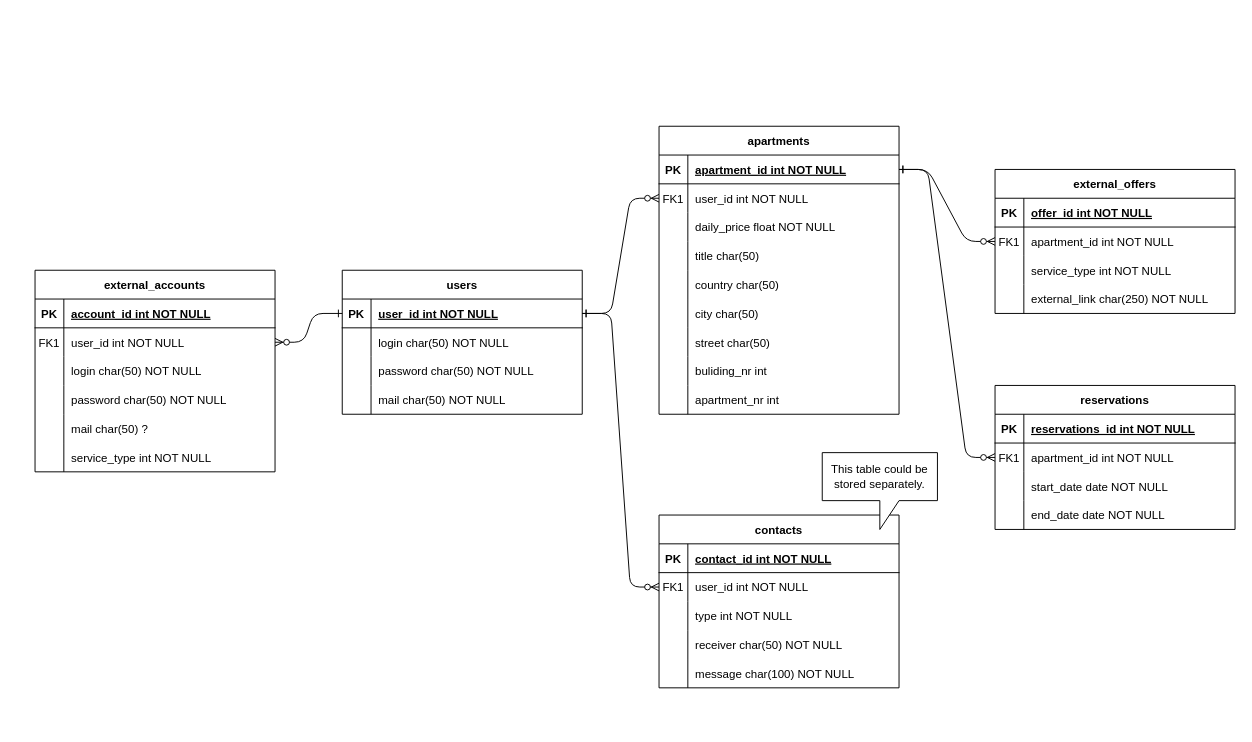
Inzynierka2k24/inzynierka keeps this draw.io diagram as diagrams/database/ApartDb.drawio. Above is the earlier version. Source tidied: cells renumbered, new cells numbered last; positions are measured from the earlier drawing's top-left corner, leaving out a move shared by most shapes. Both pictures are drawn from the tidied source at 96%, with x=0, y=0 at pixel (35, -4).
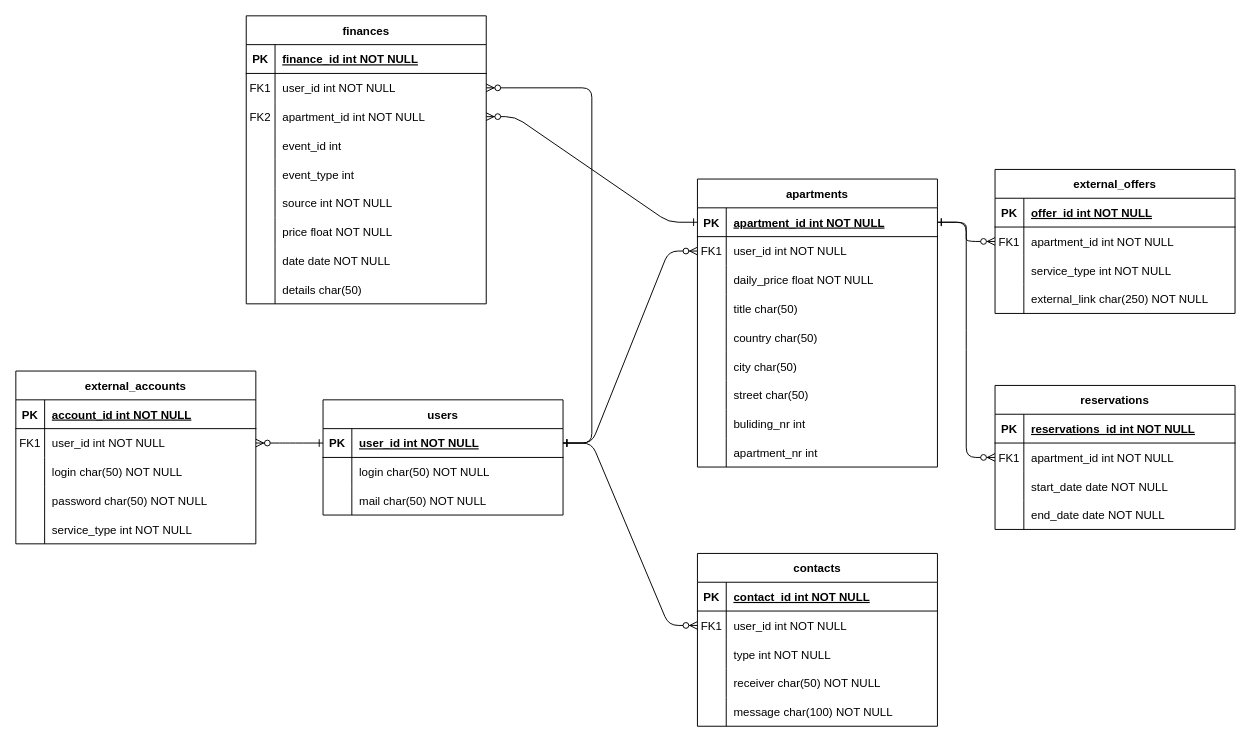
Above is the later version.

Commit message (it also covers changes not shown here):
Updated ApartDb diagram

Unchanged cells that the change refers to:
```xml
<mxCell id="21" style="shape=partialRectangle;fillColor=none;points=[[0,0.5],[1,0.5]];portConstraint=eastwest;top=0;left=0;right=0;bottom=1;" parent="20" vertex="1">
  <mxGeometry y="30" width="250" height="30" as="geometry" />
</mxCell>
<mxCell id="62" style="shape=partialRectangle;fillColor=none;points=[[0,0.5],[1,0.5]];portConstraint=eastwest;top=0;left=0;right=0;bottom=1;" parent="61" vertex="1">
  <mxGeometry y="30" width="250" height="30" as="geometry" />
</mxCell>
<mxCell id="78" style="shape=partialRectangle;fillColor=none;points=[[0,0.5],[1,0.5]];portConstraint=eastwest;top=0;left=0;right=0;bottom=0;" parent="74" vertex="1">
  <mxGeometry y="60" width="250" height="30" as="geometry" />
</mxCell>
```

Change to the diagram source:
```diff
@@
     <mxCell id="2" value="contacts" style="shape=table;startSize=30;childLayout=tableLayout;rowLines=0;fontStyle=1;align=center;" parent="1" vertex="1">
-      <mxGeometry x="650" y="540" width="250" height="180" as="geometry" />
+      <mxGeometry x="690" y="580" width="250" height="180" as="geometry" />
     </mxCell>
@@
     <mxCell id="20" value="apartments" style="shape=table;startSize=30;childLayout=tableLayout;rowLines=0;fontStyle=1;align=center;" parent="1" vertex="1">
-      <mxGeometry x="650" y="135" width="250" height="300" as="geometry" />
+      <mxGeometry x="690" y="190" width="250" height="300" as="geometry" />
     </mxCell>
@@
     <mxCell id="61" value="users" style="shape=table;startSize=30;childLayout=tableLayout;rowLines=0;fontStyle=1;align=center;" parent="1" vertex="1">
-      <mxGeometry x="320" y="285" width="250" height="150" as="geometry" />
+      <mxGeometry x="300" y="420" width="250" height="120" as="geometry" />
     </mxCell>
@@
-    <mxCell id="68" style="shape=partialRectangle;fillColor=none;points=[[0,0.5],[1,0.5]];portConstraint=eastwest;top=0;left=0;right=0;bottom=0;" parent="61" vertex="1">
-      <mxGeometry y="90" width="250" height="30" as="geometry" />
-    </mxCell>
-    <mxCell id="69" style="shape=partialRectangle;overflow=hidden;fillColor=none;top=0;left=0;bottom=0;right=0;" parent="68" vertex="1">
-      <mxGeometry width="30" height="30" as="geometry" />
-    </mxCell>
-    <mxCell id="70" value="password char(50) NOT NULL" style="shape=partialRectangle;overflow=hidden;fillColor=none;top=0;left=0;bottom=0;right=0;align=left;spacingLeft=6;" parent="68" vertex="1">
-      <mxGeometry x="30" width="220" height="30" as="geometry" />
-    </mxCell>
     <mxCell id="71" style="shape=partialRectangle;fillColor=none;top=0;left=0;right=0;bottom=0;" parent="61" vertex="1">
-      <mxGeometry y="120" width="250" height="30" as="geometry" />
+      <mxGeometry y="90" width="250" height="30" as="geometry" />
     </mxCell>
@@
     <mxCell id="74" value="external_accounts" style="shape=table;startSize=30;childLayout=tableLayout;rowLines=0;fontStyle=1;align=center;" parent="1" vertex="1">
-      <mxGeometry y="285" width="250" height="210" as="geometry" />
+      <mxGeometry x="-20" y="390" width="250" height="180" as="geometry" />
     </mxCell>
@@
-    <mxCell id="79" style="shape=partialRectangle;overflow=hidden;fillColor=none;top=0;left=0;bottom=0;right=0;" parent="78" vertex="1">
+    <mxCell id="79" value="FK1" style="shape=partialRectangle;overflow=hidden;fillColor=none;top=0;left=0;bottom=0;right=0;" parent="78" vertex="1">
       <mxGeometry width="30" height="30" as="geometry" />
     </mxCell>
@@
-    <mxCell id="87" style="shape=partialRectangle;fillColor=none;top=0;left=0;right=0;bottom=0;" parent="74" vertex="1">
-      <mxGeometry y="150" width="250" height="30" as="geometry" />
-    </mxCell>
-    <mxCell id="88" style="shape=partialRectangle;overflow=hidden;fillColor=none;top=0;left=0;bottom=0;right=0;" parent="87" vertex="1">
-      <mxGeometry width="30" height="30" as="geometry" />
-    </mxCell>
-    <mxCell id="89" value="mail char(50) ?" style="shape=partialRectangle;overflow=hidden;fillColor=none;top=0;left=0;bottom=0;right=0;align=left;spacingLeft=6;" parent="87" vertex="1">
-      <mxGeometry x="30" width="220" height="30" as="geometry" />
-    </mxCell>
     <mxCell id="90" style="shape=partialRectangle;fillColor=none;top=0;left=0;right=0;bottom=0;" parent="74" vertex="1">
-      <mxGeometry y="180" width="250" height="30" as="geometry" />
+      <mxGeometry y="150" width="250" height="30" as="geometry" />
     </mxCell>
@@
-    <mxCell id="93" value="FK1" style="shape=partialRectangle;overflow=hidden;fillColor=none;top=0;left=0;bottom=0;right=0;" parent="1" vertex="1">
-      <mxGeometry y="345" width="30" height="30" as="geometry" />
-    </mxCell>
@@
-    <mxCell id="110" value="This table could be stored separately." style="shape=callout;whiteSpace=wrap;html=1;perimeter=calloutPerimeter;" parent="1" vertex="1">
-      <mxGeometry x="820" y="475" width="120" height="80" as="geometry" />
-    </mxCell>
+    <mxCell id="111" value="finances" style="shape=table;startSize=30;childLayout=tableLayout;rowLines=0;fontStyle=1;align=center;" parent="1" vertex="1">
+      <mxGeometry x="220" y="20" width="250" height="300" as="geometry" />
+    </mxCell>
+    <mxCell id="112" style="shape=partialRectangle;fillColor=none;top=0;left=0;right=0;bottom=1;" parent="111" vertex="1">
+      <mxGeometry y="30" width="250" height="30" as="geometry" />
+    </mxCell>
+    <mxCell id="113" value="PK" style="shape=partialRectangle;overflow=hidden;fillColor=none;top=0;left=0;bottom=0;right=0;fontStyle=1;" parent="112" vertex="1">
+      <mxGeometry width="30" height="30" as="geometry" />
+    </mxCell>
+    <mxCell id="114" value="finance_id int NOT NULL " style="shape=partialRectangle;overflow=hidden;fillColor=none;top=0;left=0;bottom=0;right=0;align=left;spacingLeft=6;fontStyle=5;" parent="112" vertex="1">
+      <mxGeometry x="30" width="220" height="30" as="geometry" />
+    </mxCell>
+    <mxCell id="115" style="shape=partialRectangle;fillColor=none;points=[[0,0.5],[1,0.5]];portConstraint=eastwest;top=0;left=0;right=0;bottom=0;" parent="111" vertex="1">
+      <mxGeometry y="60" width="250" height="30" as="geometry" />
+    </mxCell>
+    <mxCell id="93" value="FK1" style="shape=partialRectangle;overflow=hidden;fillColor=none;top=0;left=0;bottom=0;right=0;" parent="115" vertex="1">
+      <mxGeometry width="30" height="30" as="geometry" />
+    </mxCell>
+    <mxCell id="116" value="user_id int NOT NULL" style="shape=partialRectangle;overflow=hidden;fillColor=none;top=0;left=0;bottom=0;right=0;align=left;spacingLeft=6;" parent="115" vertex="1">
+      <mxGeometry x="30" width="220" height="30" as="geometry" />
+    </mxCell>
+    <mxCell id="68" style="shape=partialRectangle;fillColor=none;points=[[0,0.5],[1,0.5]];portConstraint=eastwest;top=0;left=0;right=0;bottom=0;" parent="111" vertex="1">
+      <mxGeometry y="90" width="250" height="30" as="geometry" />
+    </mxCell>
+    <mxCell id="117" value="FK2" style="shape=partialRectangle;overflow=hidden;fillColor=none;top=0;left=0;bottom=0;right=0;" parent="68" vertex="1">
+      <mxGeometry width="30" height="30" as="geometry" />
+    </mxCell>
+    <mxCell id="118" value="apartment_id int NOT NULL" style="shape=partialRectangle;overflow=hidden;fillColor=none;top=0;left=0;bottom=0;right=0;align=left;spacingLeft=6;" parent="68" vertex="1">
+      <mxGeometry x="30" width="220" height="30" as="geometry" />
+    </mxCell>
+    <mxCell id="119" style="shape=partialRectangle;fillColor=none;top=0;left=0;right=0;bottom=0;" parent="111" vertex="1">
+      <mxGeometry y="120" width="250" height="30" as="geometry" />
+    </mxCell>
+    <mxCell id="120" style="shape=partialRectangle;overflow=hidden;fillColor=none;top=0;left=0;bottom=0;right=0;" parent="119" vertex="1">
+      <mxGeometry width="30" height="30" as="geometry" />
+    </mxCell>
+    <mxCell id="121" value="event_id int" style="shape=partialRectangle;overflow=hidden;fillColor=none;top=0;left=0;bottom=0;right=0;align=left;spacingLeft=6;" parent="119" vertex="1">
+      <mxGeometry x="30" width="220" height="30" as="geometry" />
+    </mxCell>
+    <mxCell id="87" style="shape=partialRectangle;fillColor=none;top=0;left=0;right=0;bottom=0;" parent="111" vertex="1">
+      <mxGeometry y="150" width="250" height="30" as="geometry" />
+    </mxCell>
+    <mxCell id="122" style="shape=partialRectangle;overflow=hidden;fillColor=none;top=0;left=0;bottom=0;right=0;" parent="87" vertex="1">
+      <mxGeometry width="30" height="30" as="geometry" />
+    </mxCell>
+    <mxCell id="123" value="event_type int" style="shape=partialRectangle;overflow=hidden;fillColor=none;top=0;left=0;bottom=0;right=0;align=left;spacingLeft=6;" parent="87" vertex="1">
+      <mxGeometry x="30" width="220" height="30" as="geometry" />
+    </mxCell>
+    <mxCell id="124" style="shape=partialRectangle;fillColor=none;top=0;left=0;right=0;bottom=0;" parent="111" vertex="1">
+      <mxGeometry y="180" width="250" height="30" as="geometry" />
+    </mxCell>
+    <mxCell id="125" style="shape=partialRectangle;overflow=hidden;fillColor=none;top=0;left=0;bottom=0;right=0;" parent="124" vertex="1">
+      <mxGeometry width="30" height="30" as="geometry" />
+    </mxCell>
+    <mxCell id="126" value="source int NOT NULL" style="shape=partialRectangle;overflow=hidden;fillColor=none;top=0;left=0;bottom=0;right=0;align=left;spacingLeft=6;" parent="124" vertex="1">
+      <mxGeometry x="30" width="220" height="30" as="geometry" />
+    </mxCell>
+    <mxCell id="127" style="shape=partialRectangle;fillColor=none;top=0;left=0;right=0;bottom=0;" parent="111" vertex="1">
+      <mxGeometry y="210" width="250" height="30" as="geometry" />
+    </mxCell>
+    <mxCell id="128" style="shape=partialRectangle;overflow=hidden;fillColor=none;top=0;left=0;bottom=0;right=0;" parent="127" vertex="1">
+      <mxGeometry width="30" height="30" as="geometry" />
+    </mxCell>
+    <mxCell id="129" value="price float NOT NULL" style="shape=partialRectangle;overflow=hidden;fillColor=none;top=0;left=0;bottom=0;right=0;align=left;spacingLeft=6;" parent="127" vertex="1">
+      <mxGeometry x="30" width="220" height="30" as="geometry" />
+    </mxCell>
+    <mxCell id="130" style="shape=partialRectangle;fillColor=none;top=0;left=0;right=0;bottom=0;" parent="111" vertex="1">
+      <mxGeometry y="240" width="250" height="30" as="geometry" />
+    </mxCell>
+    <mxCell id="131" style="shape=partialRectangle;overflow=hidden;fillColor=none;top=0;left=0;bottom=0;right=0;" parent="130" vertex="1">
+      <mxGeometry width="30" height="30" as="geometry" />
+    </mxCell>
+    <mxCell id="132" value="date date NOT NULL" style="shape=partialRectangle;overflow=hidden;fillColor=none;top=0;left=0;bottom=0;right=0;align=left;spacingLeft=6;" parent="130" vertex="1">
+      <mxGeometry x="30" width="220" height="30" as="geometry" />
+    </mxCell>
+    <mxCell id="133" style="shape=partialRectangle;fillColor=none;top=0;left=0;right=0;bottom=0;" parent="111" vertex="1">
+      <mxGeometry y="270" width="250" height="30" as="geometry" />
+    </mxCell>
+    <mxCell id="134" style="shape=partialRectangle;overflow=hidden;fillColor=none;top=0;left=0;bottom=0;right=0;" parent="133" vertex="1">
+      <mxGeometry width="30" height="30" as="geometry" />
+    </mxCell>
+    <mxCell id="135" value="details char(50)" style="shape=partialRectangle;overflow=hidden;fillColor=none;top=0;left=0;bottom=0;right=0;align=left;spacingLeft=6;" parent="133" vertex="1">
+      <mxGeometry x="30" width="220" height="30" as="geometry" />
+    </mxCell>
+    <mxCell id="136" style="edgeStyle=entityRelationEdgeStyle;rounded=1;jettySize=auto;html=1;entryX=1;entryY=0.5;entryDx=0;entryDy=0;endArrow=ERzeroToMany;endFill=1;startArrow=ERone;startFill=0;" parent="1" edge="1" source="62" target="115">
+      <mxGeometry relative="1" as="geometry" />
+    </mxCell>
+    <mxCell id="137" style="edgeStyle=entityRelationEdgeStyle;rounded=1;jettySize=auto;html=1;exitX=0;exitY=0.5;exitDx=0;exitDy=0;entryX=1;entryY=0.5;entryDx=0;entryDy=0;endArrow=ERzeroToMany;endFill=1;startArrow=ERone;startFill=0;" parent="1" edge="1" source="21" target="68">
+      <mxGeometry relative="1" as="geometry" />
+    </mxCell>
```
